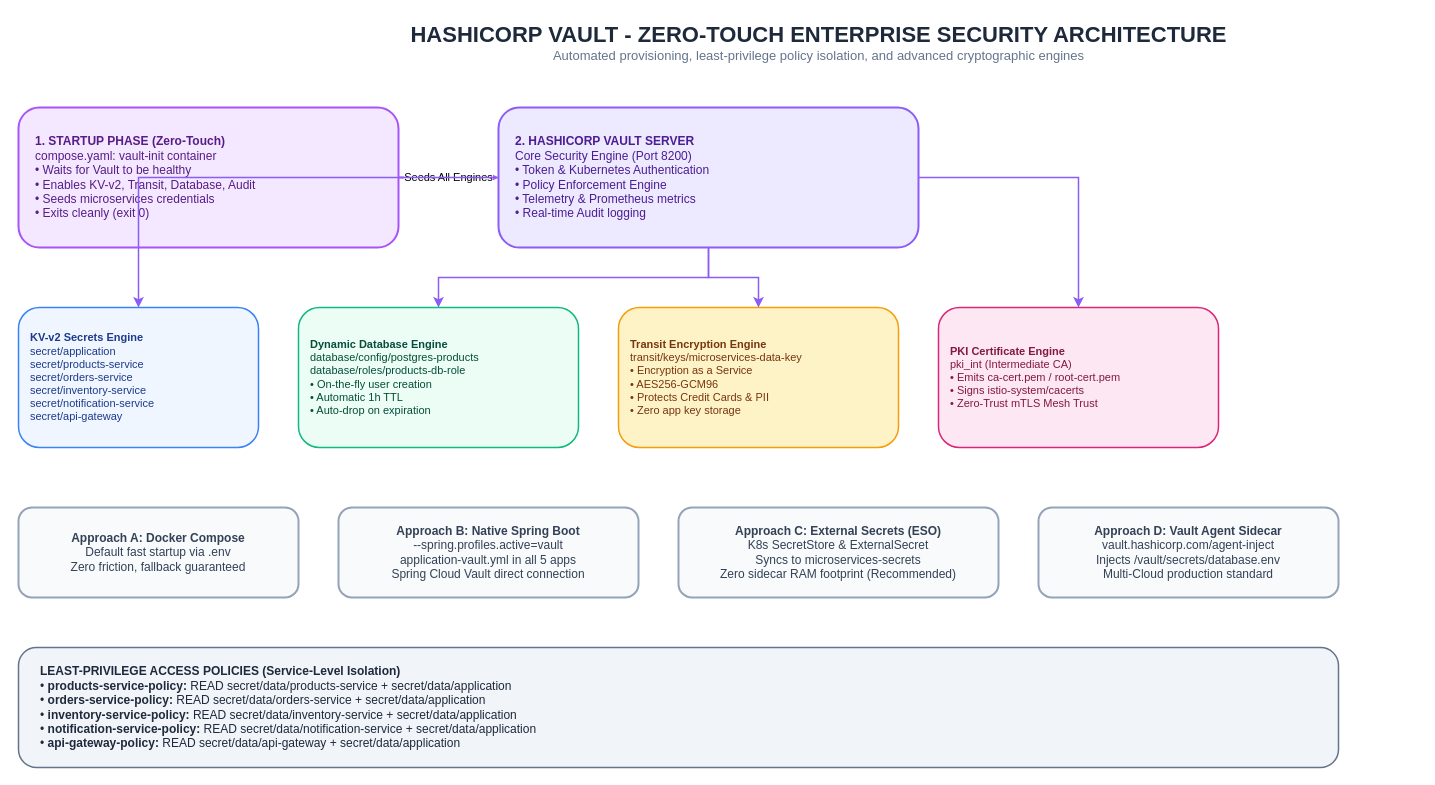
The draw.io diagram page "2. HashiCorp Vault - Zero-Touch Security Architecture" (2 of 12) of docs/Diagrams.drawio in GeorgeGxx/microservices-architecture, before the edit. Source tidied: cells renumbered, new cells numbered last; positions are measured from the earlier drawing's top-left corner, leaving out a move shared by most shapes. Both pictures are drawn from the tidied source at 100%, with x=0, y=0 at pixel (18, 17).
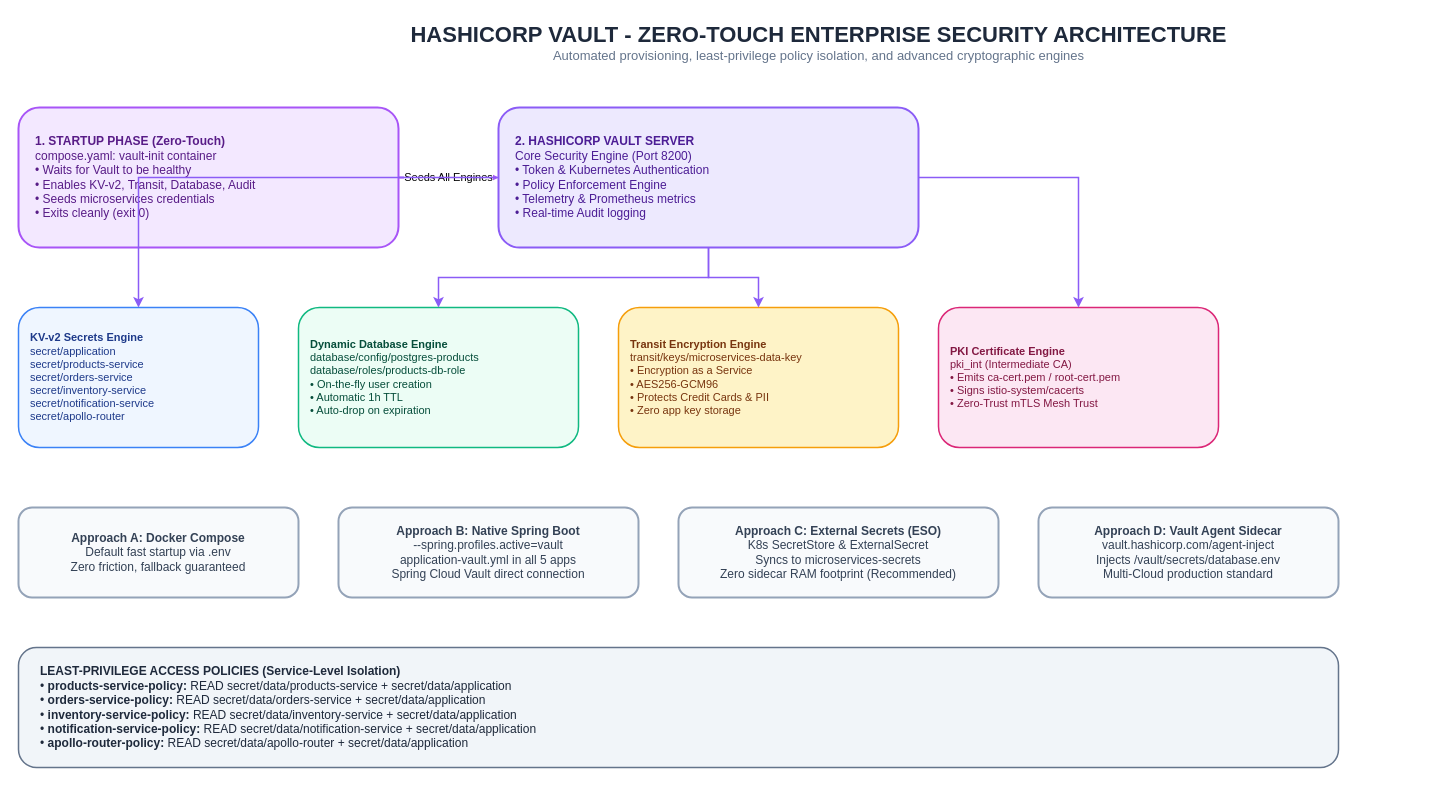
The same diagram, later.

What changed in the source:
```diff
@@
 <mxGraphModel>
   <root>
     <mxCell id="0" />
     <mxCell id="1" parent="0" />
     <mxCell id="2" value="&lt;b style='font-size:22px;color:#1E293B;'&gt;HASHICORP VAULT - ZERO-TOUCH ENTERPRISE SECURITY ARCHITECTURE&lt;/b&gt;&lt;br&gt;&lt;span style='font-size:13px;color:#64748B;'&gt;Automated provisioning, least-privilege policy isolation, and advanced cryptographic engines&lt;/span&gt;" style="text;html=1;align=center;verticalAlign=middle;rounded=0;" parent="1" vertex="1">
       <mxGeometry x="200" width="1200" height="50" as="geometry" />
     </mxCell>
     <mxCell id="3" value="&lt;b&gt;1. STARTUP PHASE (Zero-Touch)&lt;/b&gt;&lt;br&gt;compose.yaml: vault-init container&lt;br&gt;• Waits for Vault to be healthy&lt;br&gt;• Enables KV-v2, Transit, Database, Audit&lt;br&gt;• Seeds microservices credentials&lt;br&gt;• Exits cleanly (exit 0)" style="rounded=1;whiteSpace=wrap;html=1;fillColor=#F3E8FF;strokeColor=#A855F7;strokeWidth=2;fontColor=#581C87;fontSize=12;align=left;spacingLeft=15;" parent="1" vertex="1">
       <mxGeometry y="90" width="380" height="140" as="geometry" />
     </mxCell>
     <mxCell id="4" value="&lt;b&gt;2. HASHICORP VAULT SERVER&lt;/b&gt;&lt;br&gt;Core Security Engine (Port 8200)&lt;br&gt;• Token &amp; Kubernetes Authentication&lt;br&gt;• Policy Enforcement Engine&lt;br&gt;• Telemetry &amp; Prometheus metrics&lt;br&gt;• Real-time Audit logging" style="rounded=1;whiteSpace=wrap;html=1;fillColor=#EDE9FE;strokeColor=#8B5CF6;strokeWidth=2;fontColor=#4C1D95;fontSize=12;align=left;spacingLeft=15;" parent="1" vertex="1">
       <mxGeometry x="480" y="90" width="420" height="140" as="geometry" />
     </mxCell>
-    <mxCell id="5" value="&lt;b&gt;KV-v2 Secrets Engine&lt;/b&gt;&lt;br&gt;secret/application&lt;br&gt;secret/products-service&lt;br&gt;secret/orders-service&lt;br&gt;secret/inventory-service&lt;br&gt;secret/notification-service&lt;br&gt;secret/api-gateway" style="rounded=1;whiteSpace=wrap;html=1;fillColor=#EFF6FF;strokeColor=#3B82F6;strokeWidth=1.5;fontColor=#1E3A8A;fontSize=11;align=left;spacingLeft=10;" parent="1" vertex="1">
+    <mxCell id="5" value="&lt;b&gt;KV-v2 Secrets Engine&lt;/b&gt;&lt;br&gt;secret/application&lt;br&gt;secret/products-service&lt;br&gt;secret/orders-service&lt;br&gt;secret/inventory-service&lt;br&gt;secret/notification-service&lt;br&gt;secret/apollo-router" style="rounded=1;whiteSpace=wrap;html=1;fillColor=#EFF6FF;strokeColor=#3B82F6;strokeWidth=1.5;fontColor=#1E3A8A;fontSize=11;align=left;spacingLeft=10;" parent="1" vertex="1">
       <mxGeometry y="290" width="240" height="140" as="geometry" />
     </mxCell>
     <mxCell id="6" value="&lt;b&gt;Dynamic Database Engine&lt;/b&gt;&lt;br&gt;database/config/postgres-products&lt;br&gt;database/roles/products-db-role&lt;br&gt;• On-the-fly user creation&lt;br&gt;• Automatic 1h TTL&lt;br&gt;• Auto-drop on expiration" style="rounded=1;whiteSpace=wrap;html=1;fillColor=#ECFDF5;strokeColor=#10B981;strokeWidth=1.5;fontColor=#064E3B;fontSize=11;align=left;spacingLeft=10;" parent="1" vertex="1">
       <mxGeometry x="280" y="290" width="280" height="140" as="geometry" />
     </mxCell>
     <mxCell id="7" value="&lt;b&gt;Transit Encryption Engine&lt;/b&gt;&lt;br&gt;transit/keys/microservices-data-key&lt;br&gt;• Encryption as a Service&lt;br&gt;• AES256-GCM96&lt;br&gt;• Protects Credit Cards &amp; PII&lt;br&gt;• Zero app key storage" style="rounded=1;whiteSpace=wrap;html=1;fillColor=#FEF3C7;strokeColor=#F59E0B;strokeWidth=1.5;fontColor=#78350F;fontSize=11;align=left;spacingLeft=10;" parent="1" vertex="1">
       <mxGeometry x="600" y="290" width="280" height="140" as="geometry" />
     </mxCell>
     <mxCell id="8" value="&lt;b&gt;PKI Certificate Engine&lt;/b&gt;&lt;br&gt;pki_int (Intermediate CA)&lt;br&gt;• Emits ca-cert.pem / root-cert.pem&lt;br&gt;• Signs istio-system/cacerts&lt;br&gt;• Zero-Trust mTLS Mesh Trust" style="rounded=1;whiteSpace=wrap;html=1;fillColor=#FCE7F3;strokeColor=#DB2777;strokeWidth=1.5;fontColor=#831843;fontSize=11;align=left;spacingLeft=10;" parent="1" vertex="1">
       <mxGeometry x="920" y="290" width="280" height="140" as="geometry" />
     </mxCell>
     <mxCell id="9" value="&lt;b&gt;Approach A: Docker Compose&lt;/b&gt;&lt;br&gt;Default fast startup via .env&lt;br&gt;Zero friction, fallback guaranteed" style="rounded=1;whiteSpace=wrap;html=1;fillColor=#F8FAFC;strokeColor=#94A3B8;strokeWidth=2;fontColor=#334155;fontSize=12;" parent="1" vertex="1">
       <mxGeometry y="490" width="280" height="90" as="geometry" />
     </mxCell>
     <mxCell id="10" value="&lt;b&gt;Approach B: Native Spring Boot&lt;/b&gt;&lt;br&gt;--spring.profiles.active=vault&lt;br&gt;application-vault.yml in all 5 apps&lt;br&gt;Spring Cloud Vault direct connection" style="rounded=1;whiteSpace=wrap;html=1;fillColor=#F8FAFC;strokeColor=#94A3B8;strokeWidth=2;fontColor=#334155;fontSize=12;" parent="1" vertex="1">
       <mxGeometry x="320" y="490" width="300" height="90" as="geometry" />
     </mxCell>
     <mxCell id="11" value="&lt;b&gt;Approach C: External Secrets (ESO)&lt;/b&gt;&lt;br&gt;K8s SecretStore &amp; ExternalSecret&lt;br&gt;Syncs to microservices-secrets&lt;br&gt;Zero sidecar RAM footprint (Recommended)" style="rounded=1;whiteSpace=wrap;html=1;fillColor=#F8FAFC;strokeColor=#94A3B8;strokeWidth=2;fontColor=#334155;fontSize=12;" parent="1" vertex="1">
       <mxGeometry x="660" y="490" width="320" height="90" as="geometry" />
     </mxCell>
     <mxCell id="12" value="&lt;b&gt;Approach D: Vault Agent Sidecar&lt;/b&gt;&lt;br&gt;vault.hashicorp.com/agent-inject&lt;br&gt;Injects /vault/secrets/database.env&lt;br&gt;Multi-Cloud production standard" style="rounded=1;whiteSpace=wrap;html=1;fillColor=#F8FAFC;strokeColor=#94A3B8;strokeWidth=2;fontColor=#334155;fontSize=12;" parent="1" vertex="1">
       <mxGeometry x="1020" y="490" width="300" height="90" as="geometry" />
     </mxCell>
-    <mxCell id="13" value="&lt;b&gt;LEAST-PRIVILEGE ACCESS POLICIES (Service-Level Isolation)&lt;/b&gt;&lt;br&gt;• &lt;b&gt;products-service-policy:&lt;/b&gt; READ secret/data/products-service + secret/data/application&lt;br&gt;• &lt;b&gt;orders-service-policy:&lt;/b&gt; READ secret/data/orders-service + secret/data/application&lt;br&gt;• &lt;b&gt;inventory-service-policy:&lt;/b&gt; READ secret/data/inventory-service + secret/data/application&lt;br&gt;• &lt;b&gt;notification-service-policy:&lt;/b&gt; READ secret/data/notification-service + secret/data/application&lt;br&gt;• &lt;b&gt;api-gateway-policy:&lt;/b&gt; READ secret/data/api-gateway + secret/data/application" style="rounded=1;whiteSpace=wrap;html=1;fillColor=#F1F5F9;strokeColor=#64748B;strokeWidth=1.5;fontColor=#1E293B;fontSize=12;align=left;spacingLeft=20;" parent="1" vertex="1">
+    <mxCell id="13" value="&lt;b&gt;LEAST-PRIVILEGE ACCESS POLICIES (Service-Level Isolation)&lt;/b&gt;&lt;br&gt;• &lt;b&gt;products-service-policy:&lt;/b&gt; READ secret/data/products-service + secret/data/application&lt;br&gt;• &lt;b&gt;orders-service-policy:&lt;/b&gt; READ secret/data/orders-service + secret/data/application&lt;br&gt;• &lt;b&gt;inventory-service-policy:&lt;/b&gt; READ secret/data/inventory-service + secret/data/application&lt;br&gt;• &lt;b&gt;notification-service-policy:&lt;/b&gt; READ secret/data/notification-service + secret/data/application&lt;br&gt;• &lt;b&gt;apollo-router-policy:&lt;/b&gt; READ secret/data/apollo-router + secret/data/application" style="rounded=1;whiteSpace=wrap;html=1;fillColor=#F1F5F9;strokeColor=#64748B;strokeWidth=1.5;fontColor=#1E293B;fontSize=12;align=left;spacingLeft=20;" parent="1" vertex="1">
       <mxGeometry y="630" width="1320" height="120" as="geometry" />
     </mxCell>
     <mxCell id="14" value="Seeds All Engines" style="edgeStyle=orthogonalEdgeStyle;rounded=0;html=1;strokeColor=#A855F7;strokeWidth=2;" parent="1" edge="1" source="3" target="4">
       <mxGeometry relative="1" as="geometry" />
     </mxCell>
     <mxCell id="15" style="edgeStyle=orthogonalEdgeStyle;rounded=0;html=1;strokeColor=#8B5CF6;strokeWidth=1.5;" parent="1" edge="1" source="4" target="5">
       <mxGeometry relative="1" as="geometry" />
     </mxCell>
     <mxCell id="16" style="edgeStyle=orthogonalEdgeStyle;rounded=0;html=1;strokeColor=#8B5CF6;strokeWidth=1.5;" parent="1" edge="1" source="4" target="6">
       <mxGeometry relative="1" as="geometry" />
     </mxCell>
     <mxCell id="17" style="edgeStyle=orthogonalEdgeStyle;rounded=0;html=1;strokeColor=#8B5CF6;strokeWidth=1.5;" parent="1" edge="1" source="4" target="7">
       <mxGeometry relative="1" as="geometry" />
     </mxCell>
     <mxCell id="18" style="edgeStyle=orthogonalEdgeStyle;rounded=0;html=1;strokeColor=#8B5CF6;strokeWidth=1.5;" parent="1" edge="1" source="4" target="8">
       <mxGeometry relative="1" as="geometry" />
     </mxCell>
   </root>
 </mxGraphModel>
```
